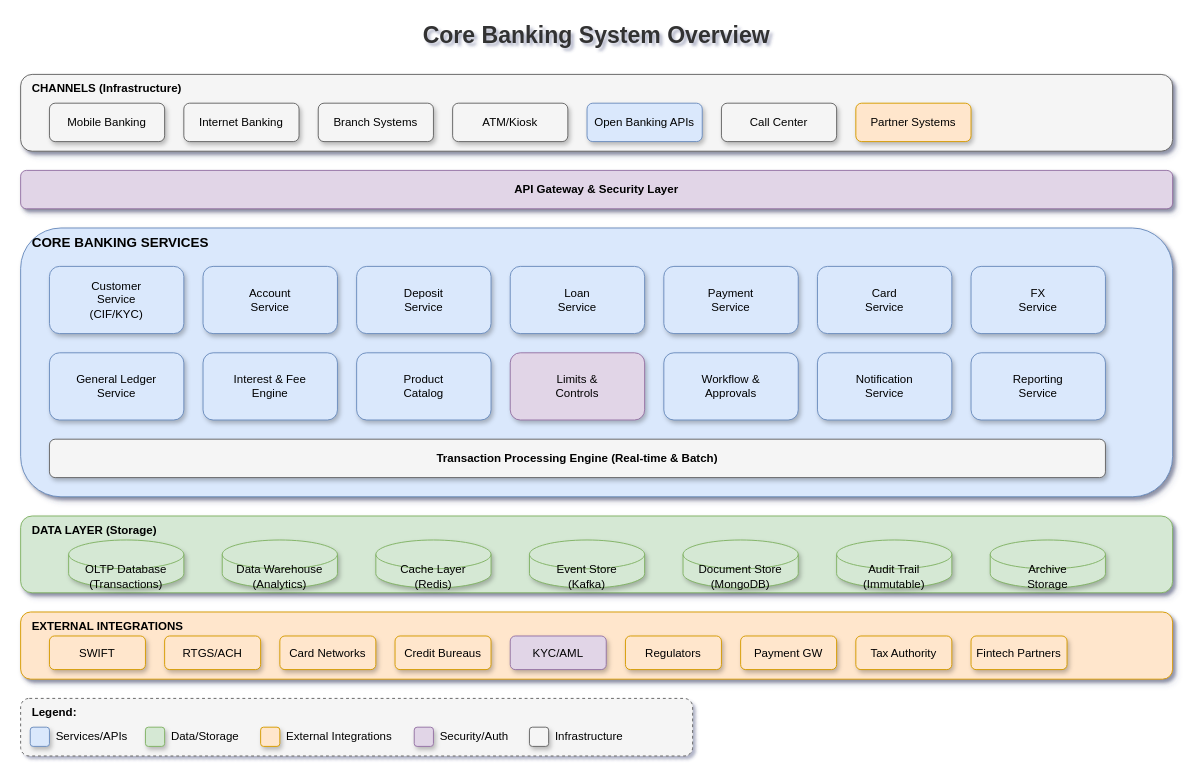
This is lesson-01-introduction-to-core-banking/01.0-core-banking-overview.drawio from MrParkerZ7/document-lesson-core-banking-business-system-technology-x-claude, a draw.io file, before an edit. Source tidied: cells renumbered, new cells numbered last; positions are measured from the earlier drawing's top-left corner, leaving out a move shared by most shapes. Both pictures are drawn from the tidied source at 96%, with x=0, y=0 at pixel (20, 16).
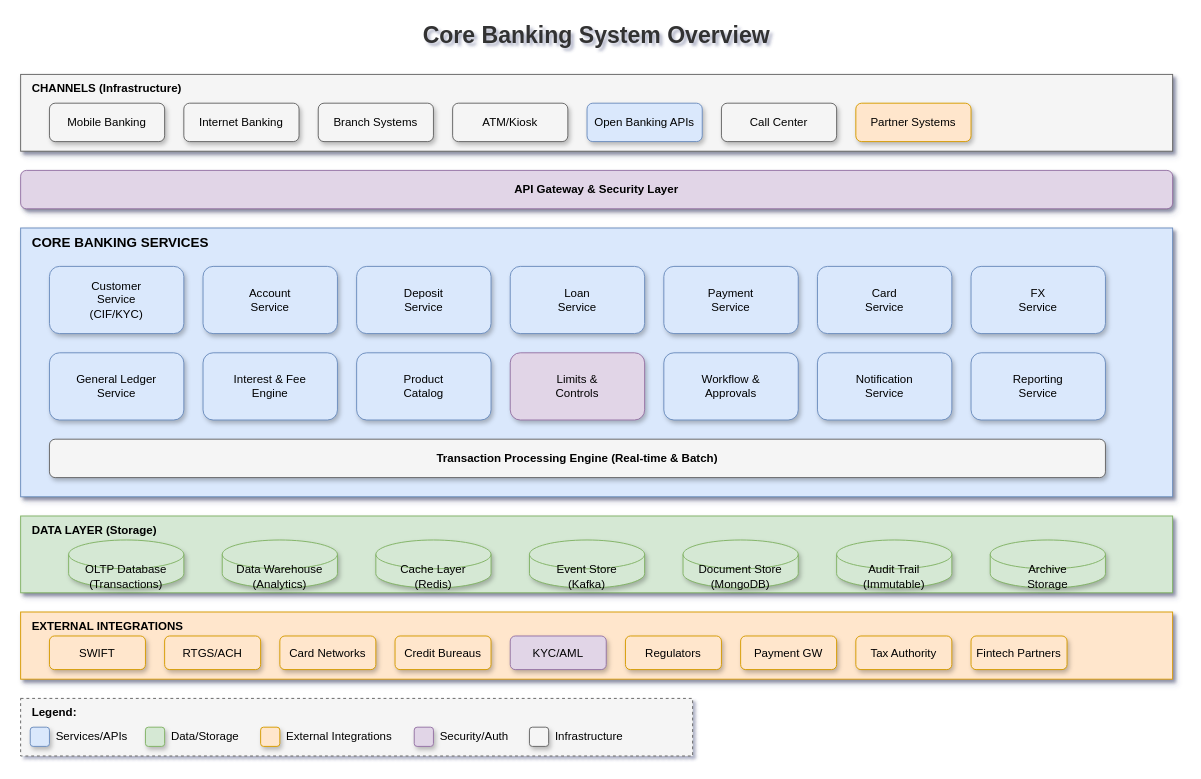
Above is the later version.

What changed in the source:
```diff
@@
-    <mxCell id="3" style="rounded=1;whiteSpace=wrap;html=1;fillColor=#f5f5f5;strokeColor=#666666;shadow=1;" parent="1" vertex="1">
+    <mxCell id="3" style="rounded=0;whiteSpace=wrap;html=1;fillColor=#f5f5f5;strokeColor=#666666;shadow=1;" parent="1" vertex="1">
       <mxGeometry y="60" width="1200" height="80" as="geometry" />
     </mxCell>
@@
-    <mxCell id="13" style="rounded=1;whiteSpace=wrap;html=1;fillColor=#dae8fc;strokeColor=#6c8ebf;shadow=1;" parent="1" vertex="1">
+    <mxCell id="13" style="rounded=0;whiteSpace=wrap;html=1;fillColor=#dae8fc;strokeColor=#6c8ebf;shadow=1;" parent="1" vertex="1">
       <mxGeometry y="220" width="1200" height="280" as="geometry" />
     </mxCell>
@@
-    <mxCell id="30" style="rounded=1;whiteSpace=wrap;html=1;fillColor=#d5e8d4;strokeColor=#82b366;shadow=1;" parent="1" vertex="1">
+    <mxCell id="30" style="rounded=0;whiteSpace=wrap;html=1;fillColor=#d5e8d4;strokeColor=#82b366;shadow=1;" parent="1" vertex="1">
       <mxGeometry y="520" width="1200" height="80" as="geometry" />
     </mxCell>
@@
-    <mxCell id="39" style="rounded=1;whiteSpace=wrap;html=1;fillColor=#ffe6cc;strokeColor=#d79b00;shadow=1;" parent="1" vertex="1">
+    <mxCell id="39" style="rounded=0;whiteSpace=wrap;html=1;fillColor=#ffe6cc;strokeColor=#d79b00;shadow=1;" parent="1" vertex="1">
       <mxGeometry y="620" width="1200" height="70" as="geometry" />
     </mxCell>
@@
-    <mxCell id="50" style="rounded=1;whiteSpace=wrap;html=1;fillColor=#f5f5f5;strokeColor=#666666;dashed=1;" parent="1" vertex="1">
+    <mxCell id="50" style="rounded=0;whiteSpace=wrap;html=1;fillColor=#f5f5f5;strokeColor=#666666;dashed=1;" parent="1" vertex="1">
       <mxGeometry y="710" width="700" height="60" as="geometry" />
     </mxCell>
```
